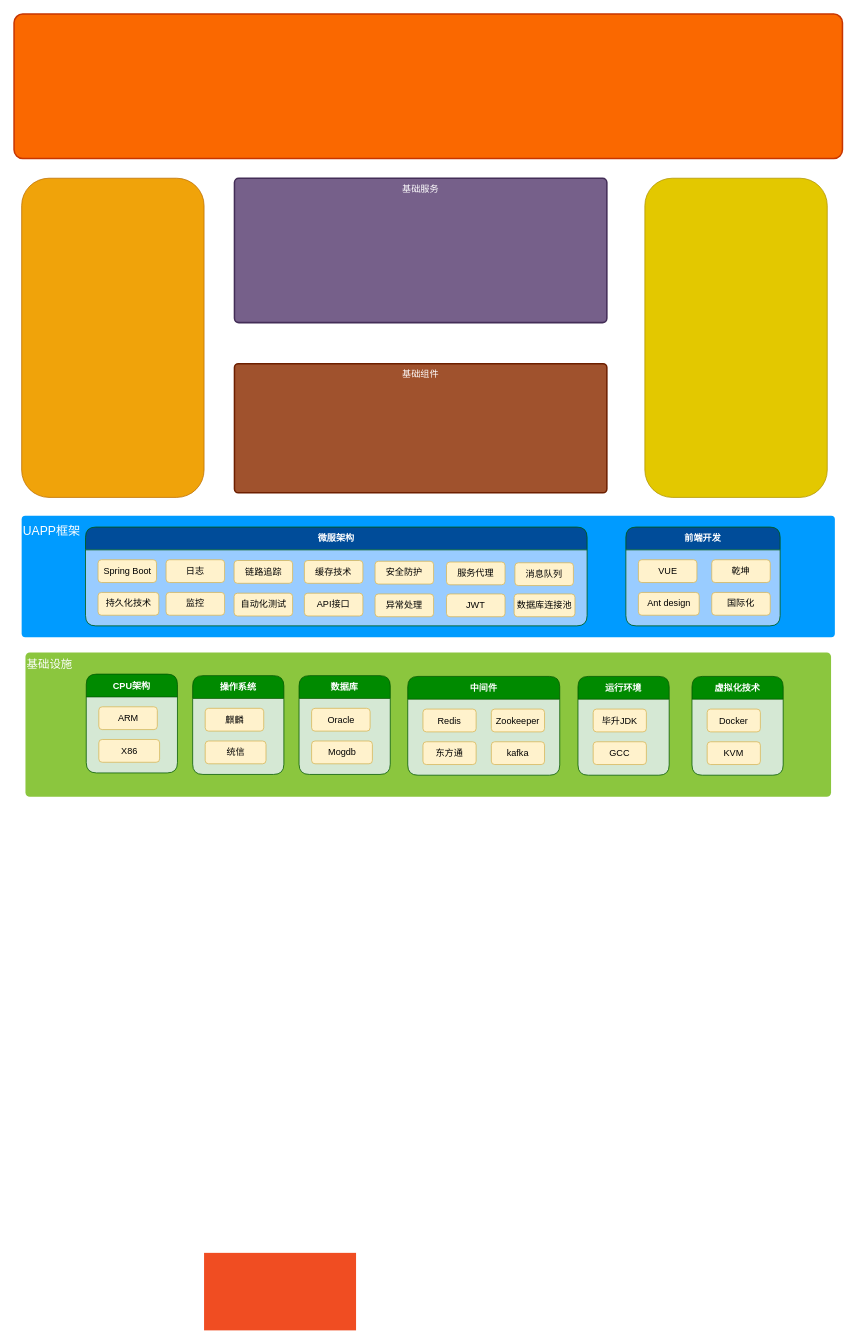
jiajw0426/docsify keeps this draw.io diagram as page "第 2 页" (2 of 2) of 未命名绘图.drawio. Above is the earlier version. Source tidied: cells renumbered, new cells numbered last; positions are measured from the earlier drawing's top-left corner, leaving out a move shared by most shapes. Both pictures are drawn from the tidied source at 76%, with x=0, y=0 at pixel (14, 14).
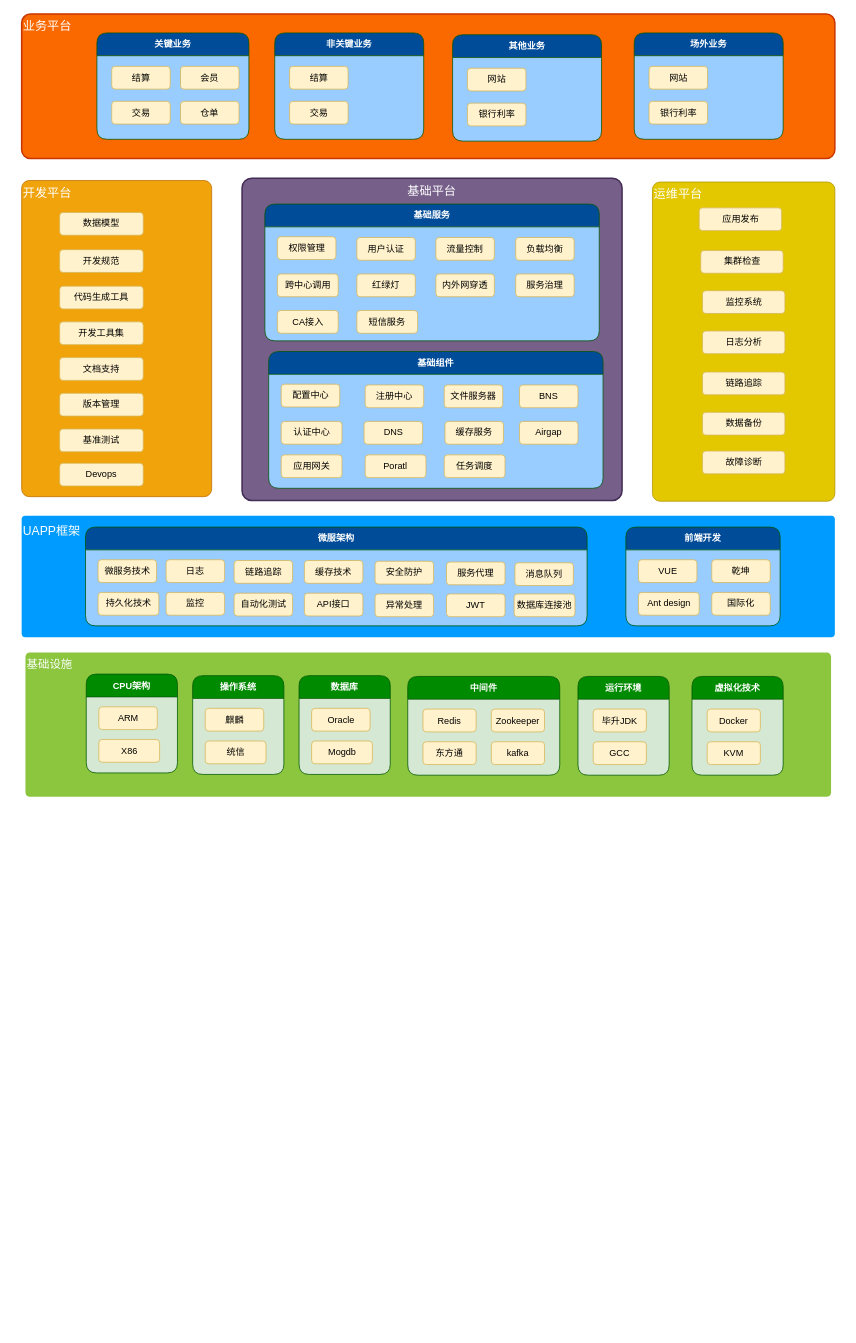
Above is the later version.

Commit message:
更新未命名绘图.drawio

Unchanged cells that the change refers to:
```xml
<mxCell id="25" value="微服架构" style="swimlane;whiteSpace=wrap;html=1;rounded=1;strokeColor=#005700;align=center;verticalAlign=middle;fontFamily=Helvetica;fontSize=12;fillColor=#004C99;startSize=30;swimlaneFillColor=#99CCFF;fontColor=#ffffff;" parent="1" vertex="1">
  <mxGeometry x="94" y="675" width="660" height="130" as="geometry" />
</mxCell>
```

Diff of the diagram source:
```diff
@@
-    <mxCell id="4" style="rounded=0;whiteSpace=wrap;html=1;shadow=0;strokeWidth=2;fillColor=#F04D22;fontSize=12;fontColor=#FFFFFF;align=center;strokeColor=none;arcSize=6;verticalAlign=top;" parent="1" vertex="1">
-      <mxGeometry x="250" y="1630" width="200" height="102" as="geometry" />
-    </mxCell>
@@
-    <mxCell id="26" value="Spring Boot" style="rounded=1;whiteSpace=wrap;html=1;strokeColor=#d6b656;align=center;verticalAlign=middle;fontFamily=Helvetica;fontSize=12;fillColor=#fff2cc;" parent="25" vertex="1">
+    <mxCell id="26" value="微服务技术" style="rounded=1;whiteSpace=wrap;html=1;strokeColor=#d6b656;align=center;verticalAlign=middle;fontFamily=Helvetica;fontSize=12;fillColor=#fff2cc;" parent="25" vertex="1">
       <mxGeometry x="16.5" y="43" width="77" height="30" as="geometry" />
     </mxCell>
@@
-    <mxCell id="45" value="基础服务" style="rounded=1;whiteSpace=wrap;html=1;shadow=0;strokeWidth=2;fillColor=#76608a;fontSize=12;fontColor=#ffffff;align=center;strokeColor=#432D57;arcSize=3;verticalAlign=top;" parent="1" vertex="1">
-      <mxGeometry x="290" y="216" width="490" height="190" as="geometry" />
+    <mxCell id="45" value="基础平台" style="rounded=1;whiteSpace=wrap;html=1;shadow=0;strokeWidth=2;fillColor=#76608a;fontSize=16;fontColor=#ffffff;align=center;strokeColor=#432D57;arcSize=3;verticalAlign=top;" parent="1" vertex="1">
+      <mxGeometry x="300" y="216" width="500" height="424" as="geometry" />
     </mxCell>
-    <mxCell id="46" style="rounded=1;whiteSpace=wrap;html=1;shadow=0;strokeWidth=2;fillColor=#fa6800;fontSize=12;fontColor=#000000;align=center;strokeColor=#C73500;arcSize=6;verticalAlign=top;" parent="1" vertex="1">
-      <mxGeometry width="1090" height="190" as="geometry" />
+    <mxCell id="46" value="业务平台" style="rounded=1;whiteSpace=wrap;html=1;shadow=0;strokeWidth=2;fillColor=#fa6800;fontSize=16;fontColor=#FFFFFF;align=left;strokeColor=#C73500;arcSize=6;verticalAlign=top;" parent="1" vertex="1">
+      <mxGeometry x="10" width="1070" height="190" as="geometry" />
     </mxCell>
-    <mxCell id="47" style="rounded=1;whiteSpace=wrap;html=1;strokeColor=#BD7000;align=center;verticalAlign=middle;fontFamily=Helvetica;fontSize=12;fontColor=#000000;fillColor=#f0a30a;" parent="1" vertex="1">
-      <mxGeometry x="10" y="216" width="240" height="420" as="geometry" />
+    <mxCell id="47" value="开发平台" style="rounded=1;whiteSpace=wrap;html=1;strokeColor=#BD7000;align=left;verticalAlign=top;fontFamily=Helvetica;fontSize=16;fontColor=#FFFFFF;fillColor=#f0a30a;absoluteArcSize=1;" parent="1" vertex="1">
+      <mxGeometry x="10" y="219" width="250" height="416" as="geometry" />
     </mxCell>
-    <mxCell id="48" style="rounded=1;whiteSpace=wrap;html=1;strokeColor=#B09500;align=center;verticalAlign=middle;fontFamily=Helvetica;fontSize=12;fontColor=#000000;fillColor=#e3c800;" parent="1" vertex="1">
-      <mxGeometry x="830" y="216" width="240" height="420" as="geometry" />
+    <mxCell id="48" value="运维平台" style="rounded=1;whiteSpace=wrap;html=1;strokeColor=#B09500;align=left;verticalAlign=top;fontFamily=Helvetica;fontSize=16;fontColor=#FFFFFF;fillColor=#e3c800;absoluteArcSize=1;" parent="1" vertex="1">
+      <mxGeometry x="840" y="221" width="240" height="420" as="geometry" />
     </mxCell>
-    <mxCell id="49" value="基础组件" style="rounded=1;whiteSpace=wrap;html=1;shadow=0;strokeWidth=2;fillColor=#a0522d;fontSize=12;fontColor=#ffffff;align=center;strokeColor=#6D1F00;arcSize=3;verticalAlign=top;" parent="1" vertex="1">
-      <mxGeometry x="290" y="460" width="490" height="170" as="geometry" />
+    <mxCell id="49" value="基础组件" style="swimlane;whiteSpace=wrap;html=1;rounded=1;strokeColor=#005700;align=center;verticalAlign=middle;fontFamily=Helvetica;fontSize=12;fillColor=#004C99;startSize=30;swimlaneFillColor=#99CCFF;fontColor=#ffffff;" parent="1" vertex="1">
+      <mxGeometry x="335" y="444" width="440" height="180" as="geometry" />
     </mxCell>
+    <mxCell id="50" value="配置中心" style="rounded=1;whiteSpace=wrap;html=1;strokeColor=#d6b656;align=center;verticalAlign=middle;fontFamily=Helvetica;fontSize=12;fillColor=#fff2cc;" parent="49" vertex="1">
+      <mxGeometry x="16.5" y="43" width="77" height="30" as="geometry" />
+    </mxCell>
+    <mxCell id="51" value="认证中心" style="rounded=1;whiteSpace=wrap;html=1;strokeColor=#d6b656;align=center;verticalAlign=middle;fontFamily=Helvetica;fontSize=12;fillColor=#fff2cc;" parent="49" vertex="1">
+      <mxGeometry x="16.5" y="92" width="80" height="30" as="geometry" />
+    </mxCell>
+    <mxCell id="52" value="文件服务器" style="rounded=1;whiteSpace=wrap;html=1;strokeColor=#d6b656;align=center;verticalAlign=middle;fontFamily=Helvetica;fontSize=12;fillColor=#fff2cc;" parent="49" vertex="1">
+      <mxGeometry x="231" y="44" width="77" height="30" as="geometry" />
+    </mxCell>
+    <mxCell id="53" value="注册中心" style="rounded=1;whiteSpace=wrap;html=1;strokeColor=#d6b656;align=center;verticalAlign=middle;fontFamily=Helvetica;fontSize=12;fillColor=#fff2cc;" parent="49" vertex="1">
+      <mxGeometry x="127" y="44" width="77" height="30" as="geometry" />
+    </mxCell>
+    <mxCell id="54" value="BNS" style="rounded=1;whiteSpace=wrap;html=1;strokeColor=#d6b656;align=center;verticalAlign=middle;fontFamily=Helvetica;fontSize=12;fillColor=#fff2cc;" parent="49" vertex="1">
+      <mxGeometry x="330" y="44" width="77" height="30" as="geometry" />
+    </mxCell>
+    <mxCell id="55" value="DNS" style="rounded=1;whiteSpace=wrap;html=1;strokeColor=#d6b656;align=center;verticalAlign=middle;fontFamily=Helvetica;fontSize=12;fillColor=#fff2cc;" parent="49" vertex="1">
+      <mxGeometry x="125.5" y="92" width="77" height="30" as="geometry" />
+    </mxCell>
+    <mxCell id="56" value="缓存服务" style="rounded=1;whiteSpace=wrap;html=1;strokeColor=#d6b656;align=center;verticalAlign=middle;fontFamily=Helvetica;fontSize=12;fillColor=#fff2cc;" parent="49" vertex="1">
+      <mxGeometry x="232" y="92" width="77" height="30" as="geometry" />
+    </mxCell>
+    <mxCell id="57" value="Airgap" style="rounded=1;whiteSpace=wrap;html=1;strokeColor=#d6b656;align=center;verticalAlign=middle;fontFamily=Helvetica;fontSize=12;fillColor=#fff2cc;" parent="49" vertex="1">
+      <mxGeometry x="330" y="92" width="77" height="30" as="geometry" />
+    </mxCell>
+    <mxCell id="58" value="应用网关" style="rounded=1;whiteSpace=wrap;html=1;strokeColor=#d6b656;align=center;verticalAlign=middle;fontFamily=Helvetica;fontSize=12;fillColor=#fff2cc;" parent="49" vertex="1">
+      <mxGeometry x="16.5" y="136" width="80" height="30" as="geometry" />
+    </mxCell>
+    <mxCell id="59" value="Poratl" style="rounded=1;whiteSpace=wrap;html=1;strokeColor=#d6b656;align=center;verticalAlign=middle;fontFamily=Helvetica;fontSize=12;fillColor=#fff2cc;" parent="49" vertex="1">
+      <mxGeometry x="127" y="136" width="80" height="30" as="geometry" />
+    </mxCell>
+    <mxCell id="60" value="任务调度" style="rounded=1;whiteSpace=wrap;html=1;strokeColor=#d6b656;align=center;verticalAlign=middle;fontFamily=Helvetica;fontSize=12;fillColor=#fff2cc;" parent="49" vertex="1">
+      <mxGeometry x="231" y="136" width="80" height="30" as="geometry" />
+    </mxCell>
+    <mxCell id="61" value="基础服务" style="swimlane;whiteSpace=wrap;html=1;rounded=1;strokeColor=#005700;align=center;verticalAlign=middle;fontFamily=Helvetica;fontSize=12;fillColor=#004C99;startSize=30;swimlaneFillColor=#99CCFF;fontColor=#ffffff;" parent="1" vertex="1">
+      <mxGeometry x="330" y="250" width="440" height="180" as="geometry" />
+    </mxCell>
+    <mxCell id="62" value="权限管理" style="rounded=1;whiteSpace=wrap;html=1;strokeColor=#d6b656;align=center;verticalAlign=middle;fontFamily=Helvetica;fontSize=12;fillColor=#fff2cc;" parent="61" vertex="1">
+      <mxGeometry x="16.5" y="43" width="77" height="30" as="geometry" />
+    </mxCell>
+    <mxCell id="63" value="跨中心调用" style="rounded=1;whiteSpace=wrap;html=1;strokeColor=#d6b656;align=center;verticalAlign=middle;fontFamily=Helvetica;fontSize=12;fillColor=#fff2cc;" parent="61" vertex="1">
+      <mxGeometry x="16.5" y="92" width="80" height="30" as="geometry" />
+    </mxCell>
+    <mxCell id="64" value="流量控制" style="rounded=1;whiteSpace=wrap;html=1;strokeColor=#d6b656;align=center;verticalAlign=middle;fontFamily=Helvetica;fontSize=12;fillColor=#fff2cc;" parent="61" vertex="1">
+      <mxGeometry x="225" y="44" width="77" height="30" as="geometry" />
+    </mxCell>
+    <mxCell id="65" value="用户认证" style="rounded=1;whiteSpace=wrap;html=1;strokeColor=#d6b656;align=center;verticalAlign=middle;fontFamily=Helvetica;fontSize=12;fillColor=#fff2cc;" parent="61" vertex="1">
+      <mxGeometry x="121" y="44" width="77" height="30" as="geometry" />
+    </mxCell>
+    <mxCell id="66" value="负载均衡" style="rounded=1;whiteSpace=wrap;html=1;strokeColor=#d6b656;align=center;verticalAlign=middle;fontFamily=Helvetica;fontSize=12;fillColor=#fff2cc;" parent="61" vertex="1">
+      <mxGeometry x="330" y="44" width="77" height="30" as="geometry" />
+    </mxCell>
+    <mxCell id="67" value="红绿灯" style="rounded=1;whiteSpace=wrap;html=1;strokeColor=#d6b656;align=center;verticalAlign=middle;fontFamily=Helvetica;fontSize=12;fillColor=#fff2cc;" parent="61" vertex="1">
+      <mxGeometry x="121" y="92" width="77" height="30" as="geometry" />
+    </mxCell>
+    <mxCell id="68" value="内外网穿透" style="rounded=1;whiteSpace=wrap;html=1;strokeColor=#d6b656;align=center;verticalAlign=middle;fontFamily=Helvetica;fontSize=12;fillColor=#fff2cc;" parent="61" vertex="1">
+      <mxGeometry x="225" y="92" width="77" height="30" as="geometry" />
+    </mxCell>
+    <mxCell id="69" value="服务治理" style="rounded=1;whiteSpace=wrap;html=1;strokeColor=#d6b656;align=center;verticalAlign=middle;fontFamily=Helvetica;fontSize=12;fillColor=#fff2cc;" parent="61" vertex="1">
+      <mxGeometry x="330" y="92" width="77" height="30" as="geometry" />
+    </mxCell>
+    <mxCell id="70" value="CA接入" style="rounded=1;whiteSpace=wrap;html=1;strokeColor=#d6b656;align=center;verticalAlign=middle;fontFamily=Helvetica;fontSize=12;fillColor=#fff2cc;" parent="61" vertex="1">
+      <mxGeometry x="16.5" y="140" width="80" height="30" as="geometry" />
+    </mxCell>
+    <mxCell id="71" value="短信服务" style="rounded=1;whiteSpace=wrap;html=1;strokeColor=#d6b656;align=center;verticalAlign=middle;fontFamily=Helvetica;fontSize=12;fillColor=#fff2cc;" parent="61" vertex="1">
+      <mxGeometry x="121" y="140" width="80" height="30" as="geometry" />
+    </mxCell>
+    <mxCell id="72" value="关键业务" style="swimlane;whiteSpace=wrap;html=1;rounded=1;strokeColor=#005700;align=center;verticalAlign=middle;fontFamily=Helvetica;fontSize=12;fillColor=#004C99;startSize=30;swimlaneFillColor=#99CCFF;fontColor=#ffffff;" parent="1" vertex="1">
+      <mxGeometry x="109" y="24.8" width="200" height="140" as="geometry" />
+    </mxCell>
+    <mxCell id="73" value="结算" style="rounded=1;whiteSpace=wrap;html=1;strokeColor=#d6b656;align=center;verticalAlign=middle;fontFamily=Helvetica;fontSize=12;fillColor=#fff2cc;" parent="72" vertex="1">
+      <mxGeometry x="19.5" y="44" width="77" height="30" as="geometry" />
+    </mxCell>
+    <mxCell id="74" value="交易" style="rounded=1;whiteSpace=wrap;html=1;strokeColor=#d6b656;align=center;verticalAlign=middle;fontFamily=Helvetica;fontSize=12;fillColor=#fff2cc;" parent="72" vertex="1">
+      <mxGeometry x="19.5" y="90" width="77" height="30" as="geometry" />
+    </mxCell>
+    <mxCell id="75" value="会员" style="rounded=1;whiteSpace=wrap;html=1;strokeColor=#d6b656;align=center;verticalAlign=middle;fontFamily=Helvetica;fontSize=12;fillColor=#fff2cc;" parent="72" vertex="1">
+      <mxGeometry x="110" y="44" width="77" height="30" as="geometry" />
+    </mxCell>
+    <mxCell id="76" value="仓单" style="rounded=1;whiteSpace=wrap;html=1;strokeColor=#d6b656;align=center;verticalAlign=middle;fontFamily=Helvetica;fontSize=12;fillColor=#fff2cc;" parent="72" vertex="1">
+      <mxGeometry x="110" y="90" width="77" height="30" as="geometry" />
+    </mxCell>
+    <mxCell id="77" value="非关键业务" style="swimlane;whiteSpace=wrap;html=1;rounded=1;strokeColor=#005700;align=center;verticalAlign=middle;fontFamily=Helvetica;fontSize=12;fillColor=#004C99;startSize=30;swimlaneFillColor=#99CCFF;fontColor=#ffffff;" parent="1" vertex="1">
+      <mxGeometry x="343" y="24.8" width="196" height="140" as="geometry" />
+    </mxCell>
+    <mxCell id="78" value="结算" style="rounded=1;whiteSpace=wrap;html=1;strokeColor=#d6b656;align=center;verticalAlign=middle;fontFamily=Helvetica;fontSize=12;fillColor=#fff2cc;" parent="77" vertex="1">
+      <mxGeometry x="19.5" y="44" width="77" height="30" as="geometry" />
+    </mxCell>
+    <mxCell id="79" value="交易" style="rounded=1;whiteSpace=wrap;html=1;strokeColor=#d6b656;align=center;verticalAlign=middle;fontFamily=Helvetica;fontSize=12;fillColor=#fff2cc;" parent="77" vertex="1">
+      <mxGeometry x="19.5" y="90" width="77" height="30" as="geometry" />
+    </mxCell>
+    <mxCell id="80" value="其他业务" style="swimlane;whiteSpace=wrap;html=1;rounded=1;strokeColor=#005700;align=center;verticalAlign=middle;fontFamily=Helvetica;fontSize=12;fillColor=#004C99;startSize=30;swimlaneFillColor=#99CCFF;fontColor=#ffffff;" parent="1" vertex="1">
+      <mxGeometry x="577" y="27.2" width="196" height="140" as="geometry" />
+    </mxCell>
+    <mxCell id="81" value="网站" style="rounded=1;whiteSpace=wrap;html=1;strokeColor=#d6b656;align=center;verticalAlign=middle;fontFamily=Helvetica;fontSize=12;fillColor=#fff2cc;" parent="80" vertex="1">
+      <mxGeometry x="19.5" y="44" width="77" height="30" as="geometry" />
+    </mxCell>
+    <mxCell id="82" value="银行利率" style="rounded=1;whiteSpace=wrap;html=1;strokeColor=#d6b656;align=center;verticalAlign=middle;fontFamily=Helvetica;fontSize=12;fillColor=#fff2cc;" parent="80" vertex="1">
+      <mxGeometry x="19.5" y="90" width="77" height="30" as="geometry" />
+    </mxCell>
+    <mxCell id="83" value="场外业务" style="swimlane;whiteSpace=wrap;html=1;rounded=1;strokeColor=#005700;align=center;verticalAlign=middle;fontFamily=Helvetica;fontSize=12;fillColor=#004C99;startSize=30;swimlaneFillColor=#99CCFF;fontColor=#ffffff;" parent="1" vertex="1">
+      <mxGeometry x="816" y="24.8" width="196" height="140" as="geometry" />
+    </mxCell>
+    <mxCell id="84" value="网站" style="rounded=1;whiteSpace=wrap;html=1;strokeColor=#d6b656;align=center;verticalAlign=middle;fontFamily=Helvetica;fontSize=12;fillColor=#fff2cc;" parent="83" vertex="1">
+      <mxGeometry x="19.5" y="44" width="77" height="30" as="geometry" />
+    </mxCell>
+    <mxCell id="85" value="银行利率" style="rounded=1;whiteSpace=wrap;html=1;strokeColor=#d6b656;align=center;verticalAlign=middle;fontFamily=Helvetica;fontSize=12;fillColor=#fff2cc;" parent="83" vertex="1">
+      <mxGeometry x="19.5" y="90" width="77" height="30" as="geometry" />
+    </mxCell>
+    <mxCell id="86" value="应用发布" style="rounded=1;whiteSpace=wrap;html=1;strokeColor=#d6b656;align=center;verticalAlign=middle;fontFamily=Helvetica;fontSize=12;fillColor=#fff2cc;" parent="1" vertex="1">
+      <mxGeometry x="901.5" y="255" width="108.5" height="30" as="geometry" />
+    </mxCell>
+    <mxCell id="87" value="集群检查" style="rounded=1;whiteSpace=wrap;html=1;strokeColor=#d6b656;align=center;verticalAlign=middle;fontFamily=Helvetica;fontSize=12;fillColor=#fff2cc;" parent="1" vertex="1">
+      <mxGeometry x="903.5" y="311" width="108.5" height="30" as="geometry" />
+    </mxCell>
+    <mxCell id="88" value="监控系统" style="rounded=1;whiteSpace=wrap;html=1;strokeColor=#d6b656;align=center;verticalAlign=middle;fontFamily=Helvetica;fontSize=12;fillColor=#fff2cc;" parent="1" vertex="1">
+      <mxGeometry x="905.8" y="364" width="108.5" height="30" as="geometry" />
+    </mxCell>
+    <mxCell id="89" value="日志分析" style="rounded=1;whiteSpace=wrap;html=1;strokeColor=#d6b656;align=center;verticalAlign=middle;fontFamily=Helvetica;fontSize=12;fillColor=#fff2cc;" parent="1" vertex="1">
+      <mxGeometry x="905.8" y="417" width="108.5" height="30" as="geometry" />
+    </mxCell>
+    <mxCell id="90" value="链路追踪" style="rounded=1;whiteSpace=wrap;html=1;strokeColor=#d6b656;align=center;verticalAlign=middle;fontFamily=Helvetica;fontSize=12;fillColor=#fff2cc;" parent="1" vertex="1">
+      <mxGeometry x="905.8" y="471" width="108.5" height="30" as="geometry" />
+    </mxCell>
+    <mxCell id="91" value="数据备份" style="rounded=1;whiteSpace=wrap;html=1;strokeColor=#d6b656;align=center;verticalAlign=middle;fontFamily=Helvetica;fontSize=12;fillColor=#fff2cc;" parent="1" vertex="1">
+      <mxGeometry x="905.8" y="524" width="108.5" height="30" as="geometry" />
+    </mxCell>
+    <mxCell id="92" value="故障诊断" style="rounded=1;whiteSpace=wrap;html=1;strokeColor=#d6b656;align=center;verticalAlign=middle;fontFamily=Helvetica;fontSize=12;fillColor=#fff2cc;" parent="1" vertex="1">
+      <mxGeometry x="905.8" y="575" width="108.5" height="30" as="geometry" />
+    </mxCell>
+    <mxCell id="93" value="数据模型" style="rounded=1;whiteSpace=wrap;html=1;strokeColor=#d6b656;align=center;verticalAlign=middle;fontFamily=Helvetica;fontSize=12;fillColor=#fff2cc;" parent="1" vertex="1">
+      <mxGeometry x="60" y="261" width="110" height="30" as="geometry" />
+    </mxCell>
+    <mxCell id="94" value="开发规范" style="rounded=1;whiteSpace=wrap;html=1;strokeColor=#d6b656;align=center;verticalAlign=middle;fontFamily=Helvetica;fontSize=12;fillColor=#fff2cc;" parent="1" vertex="1">
+      <mxGeometry x="60" y="310" width="110" height="30" as="geometry" />
+    </mxCell>
+    <mxCell id="95" value="代码生成工具" style="rounded=1;whiteSpace=wrap;html=1;strokeColor=#d6b656;align=center;verticalAlign=middle;fontFamily=Helvetica;fontSize=12;fillColor=#fff2cc;" parent="1" vertex="1">
+      <mxGeometry x="60" y="358" width="110" height="30" as="geometry" />
+    </mxCell>
+    <mxCell id="96" value="开发工具集" style="rounded=1;whiteSpace=wrap;html=1;strokeColor=#d6b656;align=center;verticalAlign=middle;fontFamily=Helvetica;fontSize=12;fillColor=#fff2cc;" parent="1" vertex="1">
+      <mxGeometry x="60" y="405" width="110" height="30" as="geometry" />
+    </mxCell>
+    <mxCell id="97" value="文档支持" style="rounded=1;whiteSpace=wrap;html=1;strokeColor=#d6b656;align=center;verticalAlign=middle;fontFamily=Helvetica;fontSize=12;fillColor=#fff2cc;" parent="1" vertex="1">
+      <mxGeometry x="60" y="452" width="110" height="30" as="geometry" />
+    </mxCell>
+    <mxCell id="98" value="版本管理" style="rounded=1;whiteSpace=wrap;html=1;strokeColor=#d6b656;align=center;verticalAlign=middle;fontFamily=Helvetica;fontSize=12;fillColor=#fff2cc;" parent="1" vertex="1">
+      <mxGeometry x="60" y="499" width="110" height="30" as="geometry" />
+    </mxCell>
+    <mxCell id="99" value="Devops" style="rounded=1;whiteSpace=wrap;html=1;strokeColor=#d6b656;align=center;verticalAlign=middle;fontFamily=Helvetica;fontSize=12;fillColor=#fff2cc;" parent="1" vertex="1">
+      <mxGeometry x="60" y="591" width="110" height="30" as="geometry" />
+    </mxCell>
+    <mxCell id="100" value="基准测试" style="rounded=1;whiteSpace=wrap;html=1;strokeColor=#d6b656;align=center;verticalAlign=middle;fontFamily=Helvetica;fontSize=12;fillColor=#fff2cc;" parent="1" vertex="1">
+      <mxGeometry x="60" y="546" width="110" height="30" as="geometry" />
+    </mxCell>
```
